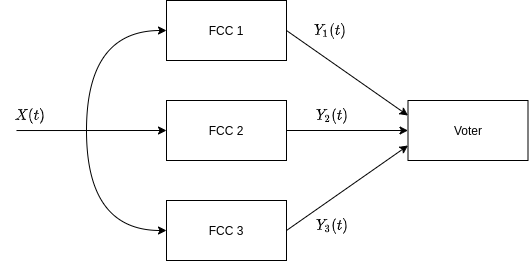
Before: docs/latex/img/3_4_1_sincronizacion_1.png, a diagram exported from draw.io (Federiconunezfrau/FCC-project-LARoptero). Source tidied: cells renumbered, new cells last; positions are measured from the earlier drawing's top-left corner, leaving out a move shared by most shapes. Source of this version:
```xml
<mxGraphModel math="1">
  <root>
    <mxCell id="0" />
    <mxCell id="1" parent="0" />
    <mxCell id="2" style="rounded=0;jettySize=auto;html=1;exitX=1;exitY=0.5;exitDx=0;exitDy=0;entryX=0;entryY=0.25;entryDx=0;entryDy=0;" parent="1" edge="1" source="4" target="11">
      <mxGeometry relative="1" as="geometry" />
    </mxCell>
    <mxCell id="3" style="edgeStyle=orthogonalEdgeStyle;curved=1;rounded=0;jettySize=auto;html=1;exitX=0;exitY=0.5;exitDx=0;exitDy=0;startArrow=classic;startFill=1;endArrow=none;endFill=0;" parent="1" edge="1" source="4">
      <mxGeometry relative="1" as="geometry">
        <mxPoint x="86" y="130" as="targetPoint" />
      </mxGeometry>
    </mxCell>
    <mxCell id="4" value="FCC 1" style="rounded=0;whiteSpace=wrap;html=1;" parent="1" vertex="1">
      <mxGeometry x="166" width="120" height="60" as="geometry" />
    </mxCell>
    <mxCell id="5" style="edgeStyle=none;rounded=0;jettySize=auto;html=1;exitX=1;exitY=0.5;exitDx=0;exitDy=0;entryX=0;entryY=0.5;entryDx=0;entryDy=0;" parent="1" edge="1" source="7" target="11">
      <mxGeometry relative="1" as="geometry" />
    </mxCell>
    <mxCell id="6" style="edgeStyle=orthogonalEdgeStyle;curved=1;rounded=0;jettySize=auto;html=1;exitX=0;exitY=0.5;exitDx=0;exitDy=0;startArrow=classic;startFill=1;endArrow=none;endFill=0;" parent="1" edge="1" source="7">
      <mxGeometry relative="1" as="geometry">
        <mxPoint x="16" y="130" as="targetPoint" />
      </mxGeometry>
    </mxCell>
    <mxCell id="7" value="FCC 2" style="rounded=0;whiteSpace=wrap;html=1;" parent="1" vertex="1">
      <mxGeometry x="166" y="100" width="120" height="60" as="geometry" />
    </mxCell>
    <mxCell id="8" style="edgeStyle=none;rounded=0;jettySize=auto;html=1;exitX=1;exitY=0.5;exitDx=0;exitDy=0;entryX=0;entryY=0.75;entryDx=0;entryDy=0;" parent="1" edge="1" source="10" target="11">
      <mxGeometry relative="1" as="geometry" />
    </mxCell>
    <mxCell id="9" style="edgeStyle=orthogonalEdgeStyle;curved=1;rounded=0;jettySize=auto;html=1;exitX=0;exitY=0.5;exitDx=0;exitDy=0;startArrow=classic;startFill=1;endArrow=none;endFill=0;" parent="1" edge="1" source="10">
      <mxGeometry relative="1" as="geometry">
        <mxPoint x="86" y="130" as="targetPoint" />
      </mxGeometry>
    </mxCell>
    <mxCell id="10" value="FCC 3" style="rounded=0;whiteSpace=wrap;html=1;" parent="1" vertex="1">
      <mxGeometry x="166" y="200" width="120" height="60" as="geometry" />
    </mxCell>
    <mxCell id="11" value="Voter" style="rounded=0;whiteSpace=wrap;html=1;" parent="1" vertex="1">
      <mxGeometry x="407.5" y="100" width="120" height="60" as="geometry" />
    </mxCell>
    <mxCell id="12" value="$$Y_1(t)$$" style="text;html=1;strokeColor=none;fillColor=none;align=center;verticalAlign=middle;whiteSpace=wrap;rounded=0;" parent="1" vertex="1">
      <mxGeometry x="309.5" y="15" width="40" height="30" as="geometry" />
    </mxCell>
    <mxCell id="13" value="$$Y_2(t)$$" style="text;html=1;strokeColor=none;fillColor=none;align=center;verticalAlign=middle;whiteSpace=wrap;rounded=0;" parent="1" vertex="1">
      <mxGeometry x="312" y="100" width="40" height="30" as="geometry" />
    </mxCell>
    <mxCell id="14" value="$$Y_3(t)$$" style="text;html=1;strokeColor=none;fillColor=none;align=center;verticalAlign=middle;whiteSpace=wrap;rounded=0;" parent="1" vertex="1">
      <mxGeometry x="312" y="210" width="40" height="30" as="geometry" />
    </mxCell>
    <mxCell id="15" value="$$X(t)$$" style="text;html=1;strokeColor=none;fillColor=none;align=center;verticalAlign=middle;whiteSpace=wrap;rounded=0;" parent="1" vertex="1">
      <mxGeometry y="100" width="60" height="30" as="geometry" />
    </mxCell>
  </root>
</mxGraphModel>
```
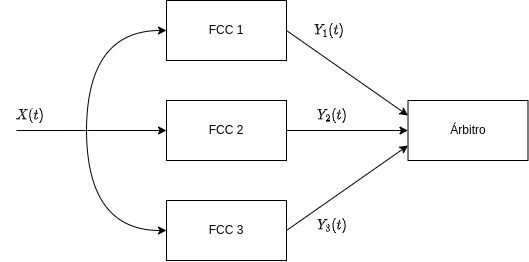
The same file after the commit.

Diff of the diagram source:
```diff
@@ -35,7 +35,7 @@
     <mxCell id="10" value="FCC 3" style="rounded=0;whiteSpace=wrap;html=1;" parent="1" vertex="1">
       <mxGeometry x="166" y="200" width="120" height="60" as="geometry" />
     </mxCell>
-    <mxCell id="11" value="Voter" style="rounded=0;whiteSpace=wrap;html=1;" parent="1" vertex="1">
+    <mxCell id="11" value="Árbitro" style="rounded=0;whiteSpace=wrap;html=1;" parent="1" vertex="1">
       <mxGeometry x="407.5" y="100" width="120" height="60" as="geometry" />
     </mxCell>
     <mxCell id="12" value="$$Y_1(t)$$" style="text;html=1;strokeColor=none;fillColor=none;align=center;verticalAlign=middle;whiteSpace=wrap;rounded=0;" parent="1" vertex="1">
```
